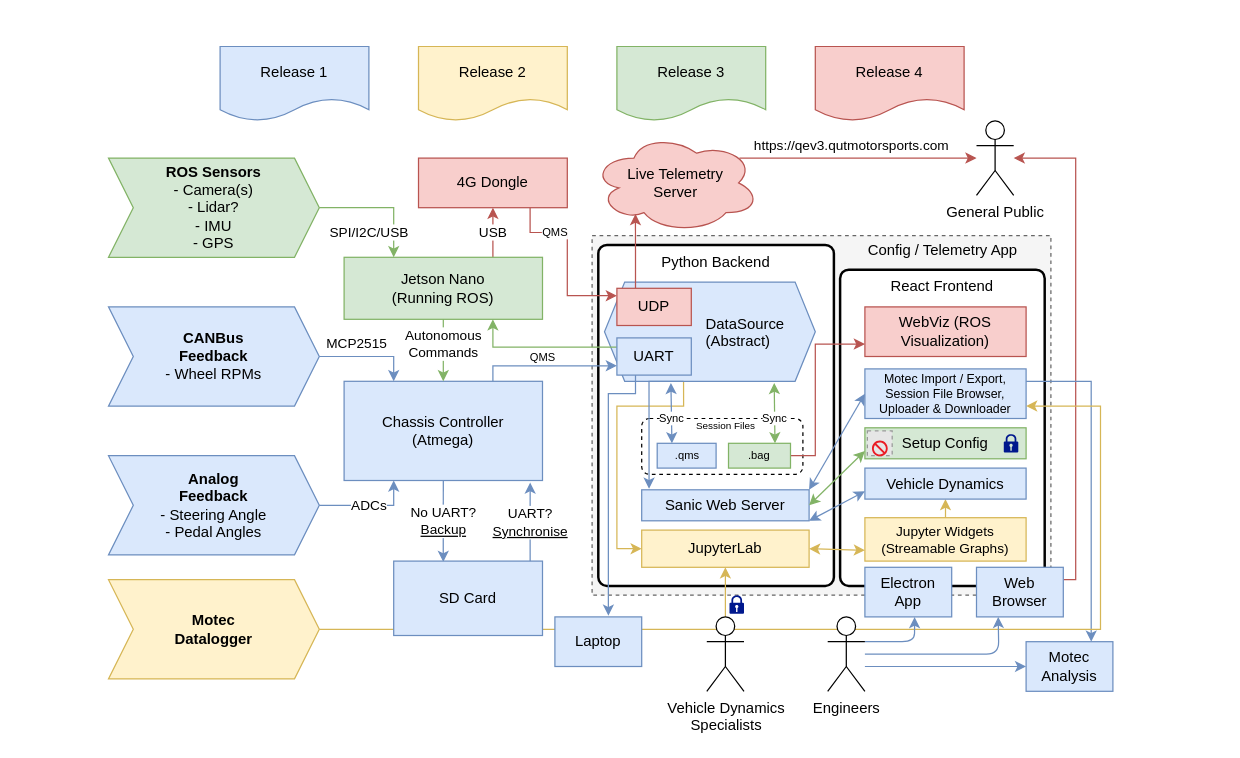
Before: wiki/the_plan.drawio in QUT-Motorsport/QUTMS_ConfigApp, a draw.io diagram. Source tidied: cells renumbered, new cells numbered last; positions are measured from the earlier drawing's top-left corner, leaving out a move shared by most shapes. Both pictures are drawn from the tidied source at 124%, with x=0, y=0 at pixel (108, 46). Pictures stored in the file or linked from it are replaced by grey dashed boxes.
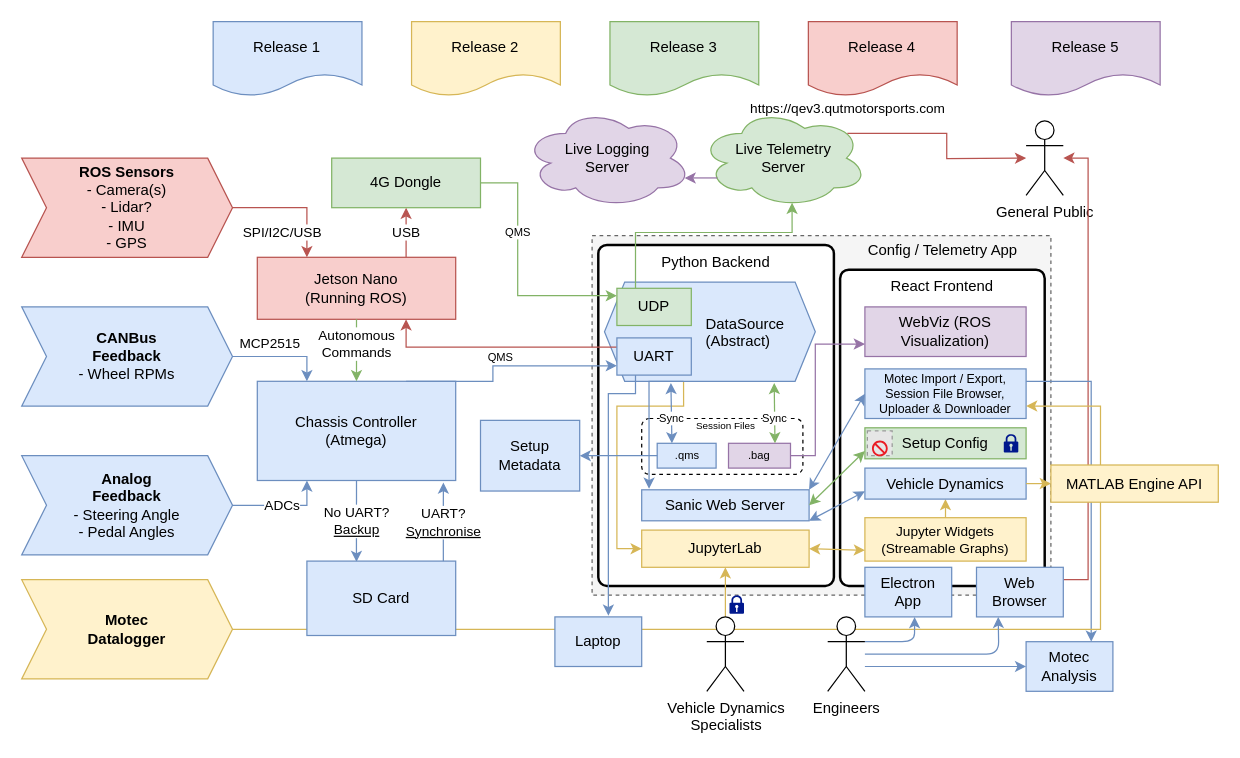
The same page after the edit.

Commit message (it also covers changes not shown here):
Added amended plan

New Release 5 (Wishlist but not required), switched some of release 3 and 4 around. Added MATLAB Engine and Setup Metadata as well as Logging

The change refers to these unchanged cells:
```xml
<mxCell id="26" value="UART" style="rounded=0;whiteSpace=wrap;html=1;fillColor=#dae8fc;strokeColor=#6c8ebf;" parent="1" vertex="1">
  <mxGeometry x="410" y="235" width="60" height="30" as="geometry" />
</mxCell>
<mxCell id="30" value="&lt;div&gt;Web&lt;/div&gt;&lt;div&gt;Browser&lt;br&gt;&lt;/div&gt;" style="rounded=0;whiteSpace=wrap;html=1;fillColor=#dae8fc;strokeColor=#6c8ebf;" parent="1" vertex="1">
  <mxGeometry x="700" y="420" width="70" height="40" as="geometry" />
</mxCell>
<mxCell id="43" value="&lt;div&gt;Vehicle Dynamics&lt;/div&gt;" style="rounded=0;whiteSpace=wrap;html=1;fillColor=#dae8fc;strokeColor=#6c8ebf;align=center;" parent="1" vertex="1">
  <mxGeometry x="610" y="340" width="130" height="25" as="geometry" />
</mxCell>
<mxCell id="51" value=".qms" style="rounded=0;whiteSpace=wrap;html=1;fontSize=9;fillColor=#dae8fc;strokeColor=#6c8ebf;" parent="1" vertex="1">
  <mxGeometry x="442.5" y="320" width="47.5" height="20" as="geometry" />
</mxCell>
```

Diff of the diagram source:
```diff
@@
     <mxCell id="4" value="&lt;div&gt;Chassis Controller&lt;/div&gt;&lt;div&gt;(Atmega)&lt;br&gt;&lt;/div&gt;" style="rounded=0;whiteSpace=wrap;html=1;fillColor=#dae8fc;strokeColor=#6c8ebf;" parent="1" vertex="1">
-      <mxGeometry x="190" y="270" width="160" height="80" as="geometry" />
+      <mxGeometry x="120" y="270" width="160" height="80" as="geometry" />
     </mxCell>
@@
     <mxCell id="6" value="&lt;div&gt;&lt;b&gt;CANBus&lt;/b&gt;&lt;/div&gt;&lt;div&gt;&lt;b&gt;Feedback&lt;/b&gt;&lt;/div&gt;&lt;div&gt;- Wheel RPMs&lt;br&gt;&lt;b&gt;&lt;/b&gt;&lt;/div&gt;" style="shape=step;perimeter=stepPerimeter;whiteSpace=wrap;html=1;fixedSize=1;rotation=0;fillColor=#dae8fc;strokeColor=#6c8ebf;" parent="1" vertex="1">
-      <mxGeometry y="210" width="170" height="80" as="geometry" />
+      <mxGeometry x="-70" y="210" width="170" height="80" as="geometry" />
     </mxCell>
@@
     <mxCell id="8" value="&lt;div&gt;&lt;b&gt;Analog&lt;/b&gt;&lt;/div&gt;&lt;div&gt;&lt;b&gt;Feedback&lt;/b&gt;&lt;/div&gt;&lt;div&gt;- Steering Angle&lt;/div&gt;&lt;div&gt;- Pedal Angles&lt;br&gt;&lt;/div&gt;" style="shape=step;perimeter=stepPerimeter;whiteSpace=wrap;html=1;fixedSize=1;rotation=0;fillColor=#dae8fc;strokeColor=#6c8ebf;" parent="1" vertex="1">
-      <mxGeometry y="330" width="170" height="80" as="geometry" />
+      <mxGeometry x="-70" y="330" width="170" height="80" as="geometry" />
     </mxCell>
@@
-    <mxCell id="10" value="&lt;div&gt;Jetson Nano&lt;/div&gt;&lt;div&gt;(Running ROS)&lt;br&gt;&lt;/div&gt;" style="rounded=0;whiteSpace=wrap;html=1;fillColor=#d5e8d4;strokeColor=#82b366;" parent="1" vertex="1">
-      <mxGeometry x="190" y="170" width="160" height="50" as="geometry" />
+    <mxCell id="10" value="&lt;div&gt;Jetson Nano&lt;/div&gt;&lt;div&gt;(Running ROS)&lt;br&gt;&lt;/div&gt;" style="rounded=0;whiteSpace=wrap;html=1;fillColor=#f8cecc;strokeColor=#b85450;" parent="1" vertex="1">
+      <mxGeometry x="120" y="170" width="160" height="50" as="geometry" />
     </mxCell>
-    <mxCell id="11" value="&lt;div&gt;SPI/I2C/USB&lt;/div&gt;" style="edgeStyle=orthogonalEdgeStyle;rounded=0;jettySize=auto;html=1;exitX=1;exitY=0.5;exitDx=0;exitDy=0;entryX=0.25;entryY=0;entryDx=0;entryDy=0;fillColor=#d5e8d4;strokeColor=#82b366;" parent="1" edge="1" source="12" target="10">
+    <mxCell id="11" value="&lt;div&gt;SPI/I2C/USB&lt;/div&gt;" style="edgeStyle=orthogonalEdgeStyle;rounded=0;jettySize=auto;html=1;exitX=1;exitY=0.5;exitDx=0;exitDy=0;entryX=0.25;entryY=0;entryDx=0;entryDy=0;fillColor=#f8cecc;strokeColor=#b85450;" parent="1" edge="1" source="12" target="10">
       <mxGeometry x="0.6" y="-20" relative="1" as="geometry" />
     </mxCell>
-    <mxCell id="12" value="&lt;div&gt;&lt;b&gt;ROS Sensors&lt;/b&gt;&lt;/div&gt;&lt;div&gt;- Camera(s)&lt;/div&gt;&lt;div&gt;- Lidar?&lt;/div&gt;&lt;div&gt;- IMU&lt;/div&gt;&lt;div&gt;- GPS&lt;br&gt;&lt;/div&gt;" style="shape=step;perimeter=stepPerimeter;whiteSpace=wrap;html=1;fixedSize=1;rotation=0;fillColor=#d5e8d4;strokeColor=#82b366;" parent="1" vertex="1">
-      <mxGeometry y="90" width="170" height="80" as="geometry" />
+    <mxCell id="12" value="&lt;div&gt;&lt;b&gt;ROS Sensors&lt;/b&gt;&lt;/div&gt;&lt;div&gt;- Camera(s)&lt;/div&gt;&lt;div&gt;- Lidar?&lt;/div&gt;&lt;div&gt;- IMU&lt;/div&gt;&lt;div&gt;- GPS&lt;br&gt;&lt;/div&gt;" style="shape=step;perimeter=stepPerimeter;whiteSpace=wrap;html=1;fixedSize=1;rotation=0;fillColor=#f8cecc;strokeColor=#b85450;" parent="1" vertex="1">
+      <mxGeometry x="-70" y="90" width="170" height="80" as="geometry" />
     </mxCell>
@@
-    <mxCell id="15" style="edgeStyle=orthogonalEdgeStyle;rounded=0;jettySize=auto;html=1;exitX=0.75;exitY=1;exitDx=0;exitDy=0;fillColor=#f8cecc;strokeColor=#b85450;" parent="1" edge="1" source="17" target="34">
+    <mxCell id="15" style="edgeStyle=orthogonalEdgeStyle;rounded=0;jettySize=auto;html=1;exitX=1;exitY=0.5;exitDx=0;exitDy=0;fillColor=#d5e8d4;strokeColor=#82b366;" parent="1" edge="1" source="17" target="34">
       <mxGeometry relative="1" as="geometry">
         <Array as="points">
-          <mxPoint x="340" y="150" />
-          <mxPoint x="370" y="150" />
-          <mxPoint x="370" y="201" />
+          <mxPoint x="330" y="110" />
+          <mxPoint x="330" y="201" />
         </Array>
       </mxGeometry>
     </mxCell>
     <mxCell id="16" value="QMS" style="text;html=1;align=center;verticalAlign=middle;labelBackgroundColor=#ffffff;fontSize=9;" parent="15" vertex="1">
       <mxGeometry x="-0.72" y="6" relative="1" as="geometry">
-        <mxPoint x="19.9" y="5.8" as="offset" />
+        <mxPoint x="1.3" y="45.7" as="offset" />
       </mxGeometry>
     </mxCell>
-    <mxCell id="17" value="4G Dongle" style="rounded=0;whiteSpace=wrap;html=1;fillColor=#f8cecc;strokeColor=#b85450;" parent="1" vertex="1">
-      <mxGeometry x="250" y="90" width="120" height="40" as="geometry" />
+    <mxCell id="17" value="4G Dongle" style="rounded=0;whiteSpace=wrap;html=1;fillColor=#d5e8d4;strokeColor=#82b366;" parent="1" vertex="1">
+      <mxGeometry x="180" y="90" width="120" height="40" as="geometry" />
     </mxCell>
@@
     <mxCell id="19" value="General Public" style="shape=umlActor;verticalLabelPosition=bottom;labelBackgroundColor=#ffffff;verticalAlign=top;html=1;" parent="1" vertex="1">
-      <mxGeometry x="700" y="60" width="30" height="60" as="geometry" />
+      <mxGeometry x="740" y="60" width="30" height="60" as="geometry" />
     </mxCell>
@@
-    <mxCell id="25" value="QMS" style="edgeStyle=orthogonalEdgeStyle;rounded=0;jettySize=auto;html=1;exitX=0;exitY=0.25;exitDx=0;exitDy=0;entryX=0.75;entryY=1;entryDx=0;entryDy=0;fontSize=9;fillColor=#d5e8d4;strokeColor=#82b366;" parent="1" edge="1" source="26" target="10">
+    <mxCell id="25" value="QMS" style="edgeStyle=orthogonalEdgeStyle;rounded=0;jettySize=auto;html=1;exitX=0;exitY=0.25;exitDx=0;exitDy=0;entryX=0.75;entryY=1;entryDx=0;entryDy=0;fontSize=9;fillColor=#f8cecc;strokeColor=#b85450;" parent="1" edge="1" source="26" target="10">
       <mxGeometry x="-0.02" y="8" relative="1" as="geometry" />
     </mxCell>
@@
     <mxCell id="29" style="edgeStyle=orthogonalEdgeStyle;rounded=0;jettySize=auto;html=1;exitX=1;exitY=0.25;exitDx=0;exitDy=0;fontSize=11;fillColor=#f8cecc;strokeColor=#b85450;" parent="1" edge="1" source="30">
       <mxGeometry relative="1" as="geometry">
-        <mxPoint x="730" y="90" as="targetPoint" />
+        <mxPoint x="770" y="90" as="targetPoint" />
         <Array as="points">
-          <mxPoint x="780" y="430" />
-          <mxPoint x="780" y="90" />
+          <mxPoint x="790" y="430" />
+          <mxPoint x="790" y="90" />
         </Array>
       </mxGeometry>
     </mxCell>
@@
     <mxCell id="31" value="https://qev3.qutmotorsports.com" style="edgeStyle=orthogonalEdgeStyle;rounded=0;jettySize=auto;html=1;exitX=0.88;exitY=0.25;exitDx=0;exitDy=0;exitPerimeter=0;fillColor=#f8cecc;strokeColor=#b85450;" parent="1" edge="1" source="32">
-      <mxGeometry x="-0.05" y="10" relative="1" as="geometry">
-        <mxPoint x="700" y="90" as="targetPoint" />
-        <mxPoint x="-1" as="offset" />
+      <mxGeometry x="-1" y="20" relative="1" as="geometry">
+        <mxPoint x="740" y="90" as="targetPoint" />
       </mxGeometry>
     </mxCell>
-    <mxCell id="32" value="&lt;div&gt;Live Telemetry&lt;/div&gt;&lt;div&gt;Server&lt;br&gt;&lt;/div&gt;" style="ellipse;shape=cloud;whiteSpace=wrap;html=1;fillColor=#f8cecc;strokeColor=#b85450;" parent="1" vertex="1">
-      <mxGeometry x="390" y="70" width="135" height="80" as="geometry" />
+    <mxCell id="32" value="&lt;div&gt;Live Telemetry&lt;/div&gt;&lt;div&gt;Server&lt;br&gt;&lt;/div&gt;" style="ellipse;shape=cloud;whiteSpace=wrap;html=1;fillColor=#d5e8d4;strokeColor=#82b366;" parent="1" vertex="1">
+      <mxGeometry x="477" y="50" width="135" height="80" as="geometry" />
     </mxCell>
-    <mxCell id="33" style="edgeStyle=orthogonalEdgeStyle;rounded=0;jettySize=auto;html=1;exitX=0.25;exitY=0;exitDx=0;exitDy=0;entryX=0.259;entryY=0.813;entryDx=0;entryDy=0;entryPerimeter=0;fillColor=#f8cecc;strokeColor=#b85450;" parent="1" edge="1" source="34" target="32">
-      <mxGeometry relative="1" as="geometry" />
+    <mxCell id="33" style="edgeStyle=orthogonalEdgeStyle;rounded=0;jettySize=auto;html=1;exitX=0.25;exitY=0;exitDx=0;exitDy=0;fillColor=#d5e8d4;strokeColor=#82b366;entryX=0.55;entryY=0.95;entryDx=0;entryDy=0;entryPerimeter=0;" parent="1" edge="1" source="34" target="32">
+      <mxGeometry relative="1" as="geometry">
+        <Array as="points">
+          <mxPoint x="425" y="150" />
+          <mxPoint x="551" y="150" />
+        </Array>
+      </mxGeometry>
     </mxCell>
-    <mxCell id="34" value="UDP" style="rounded=0;whiteSpace=wrap;html=1;fillColor=#f8cecc;strokeColor=#b85450;" parent="1" vertex="1">
+    <mxCell id="34" value="UDP" style="rounded=0;whiteSpace=wrap;html=1;fillColor=#d5e8d4;strokeColor=#82b366;" parent="1" vertex="1">
       <mxGeometry x="410" y="195" width="60" height="30" as="geometry" />
     </mxCell>
@@
-    <mxCell id="39" value="WebViz (ROS Visualization)" style="rounded=0;whiteSpace=wrap;html=1;fillColor=#f8cecc;strokeColor=#b85450;" parent="1" vertex="1">
+    <mxCell id="39" value="WebViz (ROS Visualization)" style="rounded=0;whiteSpace=wrap;html=1;fillColor=#e1d5e7;strokeColor=#9673a6;" parent="1" vertex="1">
       <mxGeometry x="610" y="210" width="130" height="40" as="geometry" />
     </mxCell>
@@
     <mxCell id="44" value="Release 1" style="shape=document;whiteSpace=wrap;html=1;boundedLbl=1;fillColor=#dae8fc;strokeColor=#6c8ebf;" parent="1" vertex="1">
-      <mxGeometry x="90" width="120" height="60" as="geometry" />
+      <mxGeometry x="84.4" y="-20" width="120" height="60" as="geometry" />
     </mxCell>
     <mxCell id="45" value="&lt;div&gt;Release 2&lt;/div&gt;" style="shape=document;whiteSpace=wrap;html=1;boundedLbl=1;fillColor=#fff2cc;strokeColor=#d6b656;" parent="1" vertex="1">
-      <mxGeometry x="250" width="120" height="60" as="geometry" />
+      <mxGeometry x="244.4" y="-20" width="120" height="60" as="geometry" />
     </mxCell>
     <mxCell id="46" value="&lt;div&gt;Release 3&lt;/div&gt;" style="shape=document;whiteSpace=wrap;html=1;boundedLbl=1;fillColor=#d5e8d4;strokeColor=#82b366;" parent="1" vertex="1">
-      <mxGeometry x="410" width="120" height="60" as="geometry" />
+      <mxGeometry x="404.4" y="-20" width="120" height="60" as="geometry" />
     </mxCell>
     <mxCell id="47" value="Release 4" style="shape=document;whiteSpace=wrap;html=1;boundedLbl=1;fillColor=#f8cecc;strokeColor=#b85450;" parent="1" vertex="1">
-      <mxGeometry x="570" width="120" height="60" as="geometry" />
+      <mxGeometry x="564.4" y="-20" width="120" height="60" as="geometry" />
     </mxCell>
@@
-    <mxCell id="52" style="edgeStyle=orthogonalEdgeStyle;rounded=0;jettySize=auto;html=1;exitX=1;exitY=0.5;exitDx=0;exitDy=0;entryX=0;entryY=0.75;entryDx=0;entryDy=0;fontSize=9;fillColor=#f8cecc;strokeColor=#b85450;" parent="1" edge="1" source="53" target="39">
+    <mxCell id="52" style="edgeStyle=orthogonalEdgeStyle;rounded=0;jettySize=auto;html=1;exitX=1;exitY=0.5;exitDx=0;exitDy=0;entryX=0;entryY=0.75;entryDx=0;entryDy=0;fontSize=9;fillColor=#e1d5e7;strokeColor=#9673a6;" parent="1" edge="1" source="53" target="39">
       <mxGeometry relative="1" as="geometry">
         <Array as="points">
           <mxPoint x="570" y="330" />
           <mxPoint x="570" y="240" />
         </Array>
       </mxGeometry>
     </mxCell>
-    <mxCell id="53" value=".bag" style="rounded=0;whiteSpace=wrap;html=1;fontSize=9;fillColor=#d5e8d4;strokeColor=#82b366;" parent="1" vertex="1">
+    <mxCell id="53" value=".bag" style="rounded=0;whiteSpace=wrap;html=1;fontSize=9;fillColor=#e1d5e7;strokeColor=#9673a6;" parent="1" vertex="1">
       <mxGeometry x="500" y="320" width="50" height="20" as="geometry" />
     </mxCell>
@@
     <mxCell id="64" value="&lt;div&gt;&lt;b&gt;Motec&lt;/b&gt;&lt;/div&gt;&lt;div&gt;&lt;b&gt;Datalogger&lt;/b&gt;&lt;/div&gt;" style="shape=step;perimeter=stepPerimeter;whiteSpace=wrap;html=1;fixedSize=1;rotation=0;fillColor=#fff2cc;strokeColor=#d6b656;" parent="1" vertex="1">
-      <mxGeometry y="430" width="170" height="80" as="geometry" />
+      <mxGeometry x="-70" y="430" width="170" height="80" as="geometry" />
     </mxCell>
@@
     <mxCell id="73" value="SD Card" style="rounded=0;whiteSpace=wrap;html=1;fillColor=#dae8fc;strokeColor=#6c8ebf;" parent="1" vertex="1">
-      <mxGeometry x="230" y="415" width="120" height="60" as="geometry" />
+      <mxGeometry x="160" y="415" width="120" height="60" as="geometry" />
     </mxCell>
@@
+    <mxCell id="77" value="&lt;div&gt;Live Logging&lt;/div&gt;&lt;div&gt;Server&lt;br&gt;&lt;/div&gt;" style="ellipse;shape=cloud;whiteSpace=wrap;html=1;fillColor=#e1d5e7;strokeColor=#9673a6;" parent="1" vertex="1">
+      <mxGeometry x="335" y="50" width="135" height="80" as="geometry" />
+    </mxCell>
+    <mxCell id="78" value="Release 5" style="shape=document;whiteSpace=wrap;html=1;boundedLbl=1;fillColor=#e1d5e7;strokeColor=#9673a6;" parent="1" vertex="1">
+      <mxGeometry x="728.1" y="-20" width="120" height="60" as="geometry" />
+    </mxCell>
+    <mxCell id="79" value="MATLAB Engine API" style="rounded=0;whiteSpace=wrap;html=1;fillColor=#fff2cc;strokeColor=#d6b656;" parent="1" vertex="1">
+      <mxGeometry x="760" y="337.5" width="135" height="30" as="geometry" />
+    </mxCell>
+    <mxCell id="80" style="endArrow=classic;html=1;entryX=0;entryY=0.5;entryDx=0;entryDy=0;exitX=1;exitY=0.5;exitDx=0;exitDy=0;fillColor=#fff2cc;strokeColor=#d6b656;" parent="1" edge="1" source="43" target="79">
+      <mxGeometry relative="1" as="geometry" />
+    </mxCell>
+    <mxCell id="81" value="Setup Metadata" style="rounded=0;whiteSpace=wrap;html=1;fillColor=#dae8fc;strokeColor=#6c8ebf;" parent="1" vertex="1">
+      <mxGeometry x="300" y="301.5" width="80" height="57" as="geometry" />
+    </mxCell>
+    <mxCell id="82" style="endArrow=classic;html=1;exitX=0;exitY=0.5;exitDx=0;exitDy=0;entryX=1;entryY=0.5;entryDx=0;entryDy=0;fillColor=#dae8fc;strokeColor=#6c8ebf;" parent="1" edge="1" source="51" target="81">
+      <mxGeometry relative="1" as="geometry" />
+    </mxCell>
+    <mxCell id="83" style="endArrow=classic;html=1;entryX=0.96;entryY=0.7;entryDx=0;entryDy=0;entryPerimeter=0;fillColor=#e1d5e7;strokeColor=#9673a6;" parent="1" edge="1" target="77">
+      <mxGeometry relative="1" as="geometry">
+        <mxPoint x="491" y="106" as="sourcePoint" />
+      </mxGeometry>
+    </mxCell>
```
